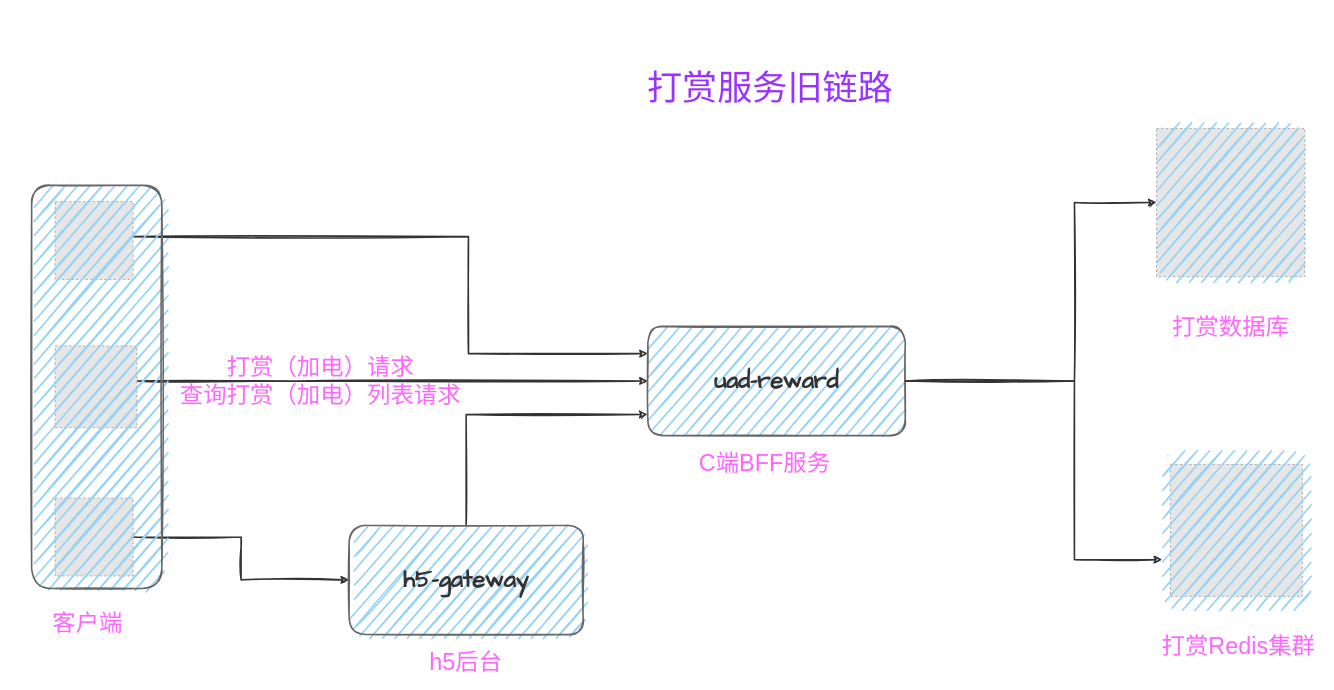
Earlier version of the draw.io diagram pictures/打赏服务旧架构.drawio (dimdark/my-drawio). Source tidied: cells renumbered, new cells numbered last; positions are measured from the earlier drawing's top-left corner, leaving out a move shared by most shapes. Both pictures are drawn from the tidied source at 78%, with x=0, y=0 at pixel (13, 13). Pictures stored in the file or linked from it are replaced by grey dashed boxes.
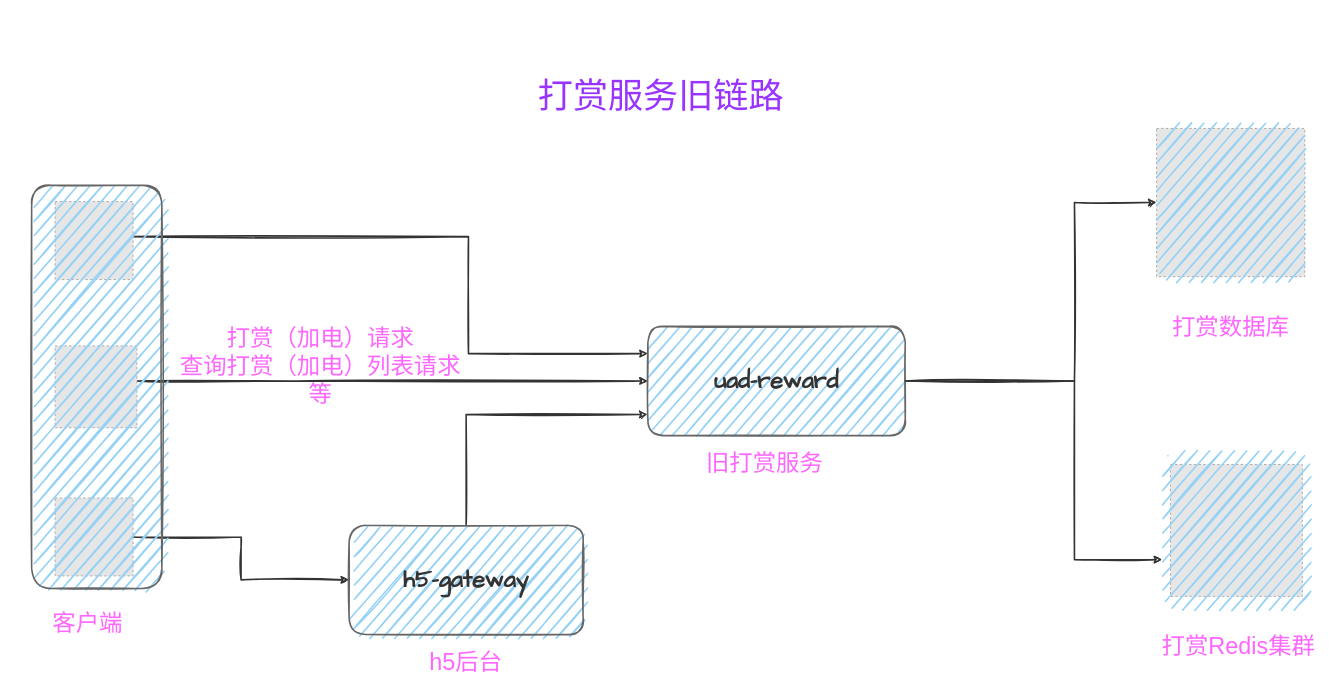
The same page after the edit.

Commit message:
更新打赏服务旧架构.drawio

What changed in the source:
```diff
@@
-    <mxCell id="14" value="C端BFF服务" style="text;html=1;strokeColor=none;fillColor=none;align=center;verticalAlign=middle;whiteSpace=wrap;rounded=0;sketch=1;fontSize=30;fontColor=#FF66FF;" parent="1" vertex="1">
+    <mxCell id="14" value="旧打赏服务" style="text;html=1;strokeColor=none;fillColor=none;align=center;verticalAlign=middle;whiteSpace=wrap;rounded=0;sketch=1;fontSize=30;fontColor=#FF66FF;" parent="1" vertex="1">
       <mxGeometry x="867.6" y="555.9" width="190" height="40" as="geometry" />
     </mxCell>
@@
-    <mxCell id="21" value="打赏（加电）请求&lt;br&gt;查询打赏（加电）列表请求" style="text;html=1;strokeColor=none;fillColor=none;align=center;verticalAlign=middle;whiteSpace=wrap;rounded=0;sketch=1;fontSize=30;fontColor=#FF66FF;" parent="1" vertex="1">
-      <mxGeometry x="210" y="343.4" width="366.9" height="255" as="geometry" />
+    <mxCell id="21" value="打赏（加电）请求&lt;br&gt;查询打赏（加电）列表请求&lt;br&gt;等" style="text;html=1;strokeColor=none;fillColor=none;align=center;verticalAlign=middle;whiteSpace=wrap;rounded=0;sketch=1;fontSize=30;fontColor=#FF66FF;" parent="1" vertex="1">
+      <mxGeometry x="210" y="323" width="366.9" height="255" as="geometry" />
     </mxCell>
@@
     <mxCell id="23" value="&lt;div style=&quot;font-size: 45px;&quot;&gt;&lt;div class=&quot;old-record-id-MmY3dnBYno8vMrxCCS0ccUi1nzh&quot; style=&quot;font-size: 45px;&quot;&gt;&lt;font color=&quot;#9933ff&quot; style=&quot;font-size: 45px;&quot;&gt;打赏服务旧链路&lt;/font&gt;&lt;/div&gt;&lt;/div&gt;" style="text;html=1;strokeColor=none;fillColor=none;align=center;verticalAlign=middle;whiteSpace=wrap;rounded=0;sketch=1;fontSize=45;fontColor=#FF66FF;" parent="1" vertex="1">
-      <mxGeometry x="490" width="960" height="190" as="geometry" />
+      <mxGeometry x="350" y="10" width="960" height="190" as="geometry" />
     </mxCell>
```
